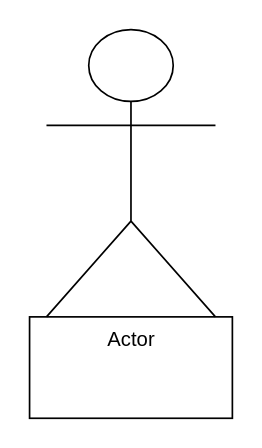
Earlier version of the draw.io diagram Formula1.drawio (AoStefff/TeamF1). Source tidied: cells renumbered, new cells numbered last; positions are measured from the earlier drawing's top-left corner, leaving out a move shared by most shapes. Both pictures are drawn from the tidied source at 169%, with x=0, y=0 at pixel (29, 29).
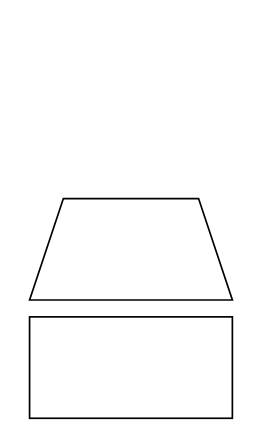
Above is the later version.

Change to the diagram source:
```diff
@@
 <mxGraphModel>
   <root>
     <mxCell id="0" />
     <mxCell id="1" parent="0" />
     <mxCell id="2" style="rounded=0;whiteSpace=wrap;html=1;" parent="1" vertex="1">
       <mxGeometry y="170" width="120" height="60" as="geometry" />
     </mxCell>
-    <mxCell id="3" value="Actor" style="shape=umlActor;verticalLabelPosition=bottom;verticalAlign=top;html=1;" parent="1" vertex="1">
-      <mxGeometry x="10" width="100" height="170" as="geometry" />
-    </mxCell>
+    <mxCell id="4" style="shape=trapezoid;perimeter=trapezoidPerimeter;whiteSpace=wrap;html=1;fixedSize=1;" parent="1" vertex="1">
+      <mxGeometry y="100" width="120" height="60" as="geometry" />
+    </mxCell>
   </root>
 </mxGraphModel>
```
